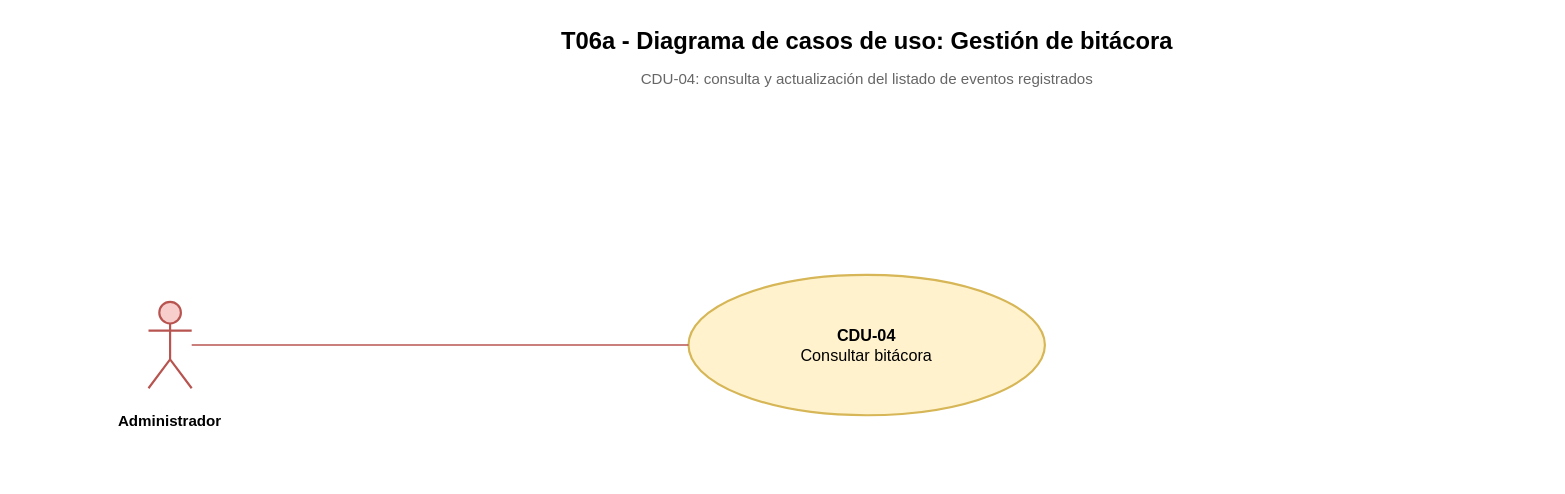
The draw.io diagram Diagramas/Casos de Uso/T06a - CDU-04 - Consultar bitácora - Casos de uso.drawio in juanNH/Ingenieria-de-Software, before the edit. Source tidied: cells renumbered, new cells numbered last; positions are measured from the earlier drawing's top-left corner, leaving out a move shared by most shapes. Both pictures are drawn from the tidied source at 108%, with x=0, y=0 at pixel (18, 18).
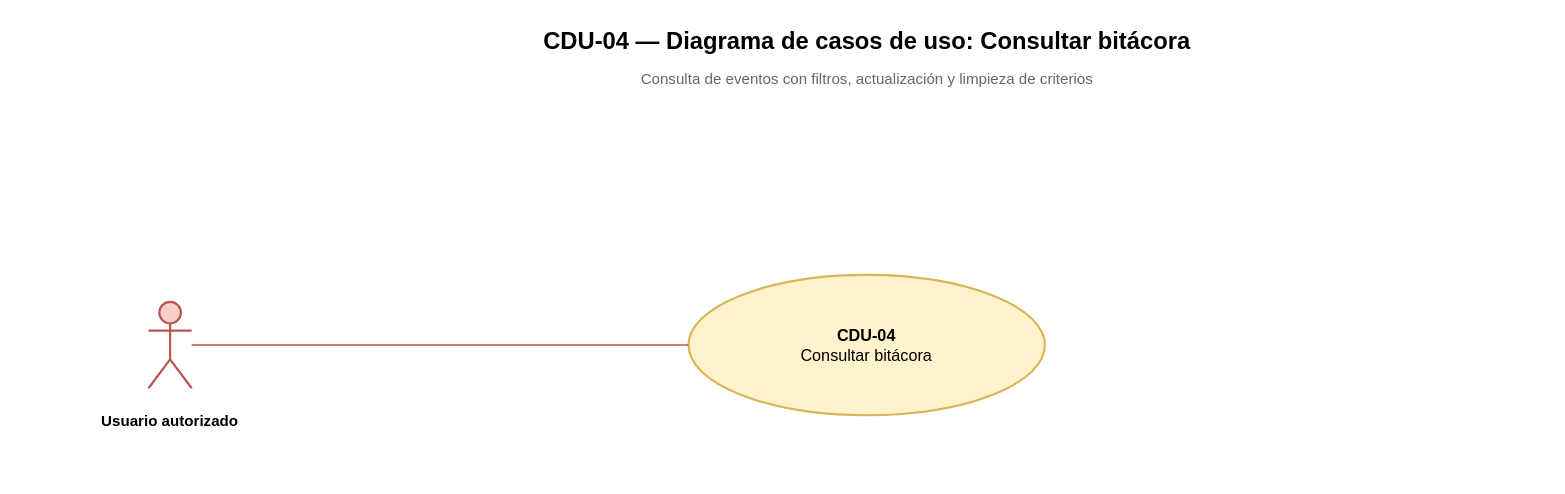
The same diagram, later.

What changed in the source:
```diff
@@
 <mxGraphModel>
   <root>
     <mxCell id="0" />
     <mxCell id="1" parent="0" />
-    <mxCell id="2" value="T06a - Diagrama de casos de uso: Gestión de bitácora" style="text;html=1;strokeColor=none;fillColor=none;fontStyle=1;fontSize=22;align=center;verticalAlign=middle;fontFamily=Arial;" parent="1" vertex="1">
+    <mxCell id="2" value="CDU-04 — Diagrama de casos de uso: Consultar bitácora" style="text;html=1;strokeColor=none;fillColor=none;fontStyle=1;fontSize=22;align=center;verticalAlign=middle;fontFamily=Arial;" parent="1" vertex="1">
       <mxGeometry x="155" width="1260" height="42" as="geometry" />
     </mxCell>
-    <mxCell id="3" value="CDU-04: consulta y actualización del listado de eventos registrados" style="text;html=1;strokeColor=none;fillColor=none;fontSize=14;align=center;verticalAlign=middle;fontColor=#666666;fontFamily=Arial;" parent="1" vertex="1">
+    <mxCell id="3" value="Consulta de eventos con filtros, actualización y limpieza de criterios" style="text;html=1;strokeColor=none;fillColor=none;fontSize=14;align=center;verticalAlign=middle;fontColor=#666666;fontFamily=Arial;" parent="1" vertex="1">
       <mxGeometry x="335" y="42" width="900" height="28" as="geometry" />
     </mxCell>
     <mxCell id="4" value="&lt;b&gt;CDU-04&lt;/b&gt;&lt;br&gt;Consultar bitácora" style="ellipse;whiteSpace=wrap;html=1;fillColor=#fff2cc;strokeColor=#d6b656;strokeWidth=2;fontSize=15;fontFamily=Arial;align=center;verticalAlign=middle;" parent="1" vertex="1">
       <mxGeometry x="620" y="237" width="330" height="130" as="geometry" />
     </mxCell>
     <mxCell id="5" style="shape=umlActor;html=1;fillColor=#f8cecc;strokeColor=#b85450;strokeWidth=2;" parent="1" vertex="1">
       <mxGeometry x="120" y="262" width="40" height="80" as="geometry" />
     </mxCell>
-    <mxCell id="6" value="&lt;b&gt;Administrador&lt;/b&gt;" style="text;html=1;strokeColor=none;fillColor=none;fontSize=14;fontFamily=Arial;align=center;verticalAlign=top;whiteSpace=wrap;" parent="1" vertex="1">
+    <mxCell id="6" value="&lt;b&gt;Usuario autorizado&lt;/b&gt;" style="text;html=1;strokeColor=none;fillColor=none;fontSize=14;fontFamily=Arial;align=center;verticalAlign=top;whiteSpace=wrap;" parent="1" vertex="1">
       <mxGeometry y="357" width="280" height="66" as="geometry" />
     </mxCell>
     <mxCell id="7" style="rounded=0;html=1;endArrow=none;startArrow=none;strokeColor=#b85450;strokeWidth=1.5;exitX=1;exitY=0.5;entryX=0;entryY=0.5;" parent="1" edge="1" source="5" target="4">
       <mxGeometry relative="1" as="geometry" />
     </mxCell>
   </root>
 </mxGraphModel>
```
